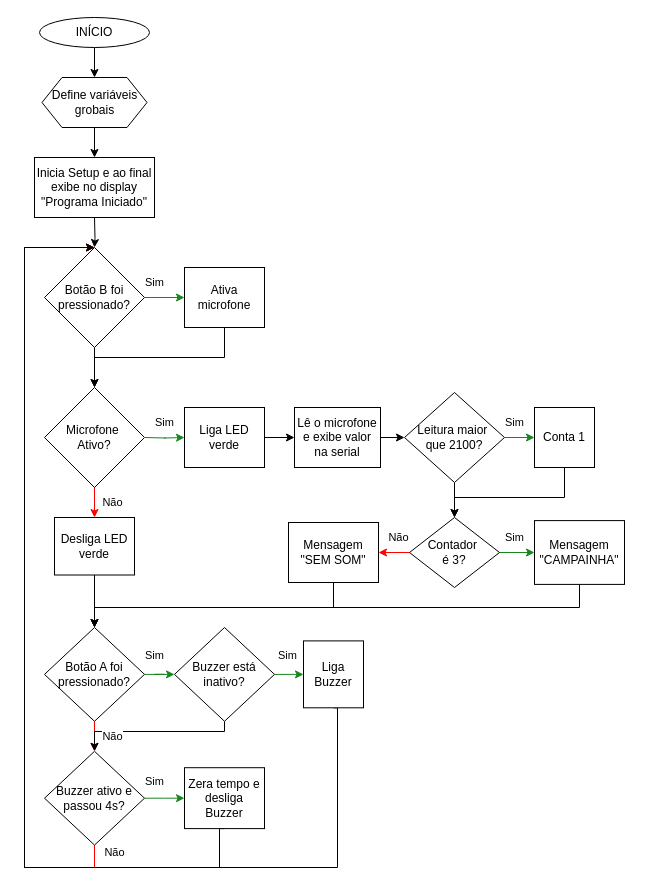
The draw.io diagram Diagrama sem nome.drawio in anaclassen/Irriga_familiar, before the edit. Source tidied: cells renumbered, new cells numbered last; positions are measured from the earlier drawing's top-left corner, leaving out a move shared by most shapes. Both pictures are drawn from the tidied source at 100%, with x=0, y=0 at pixel (24, 17).
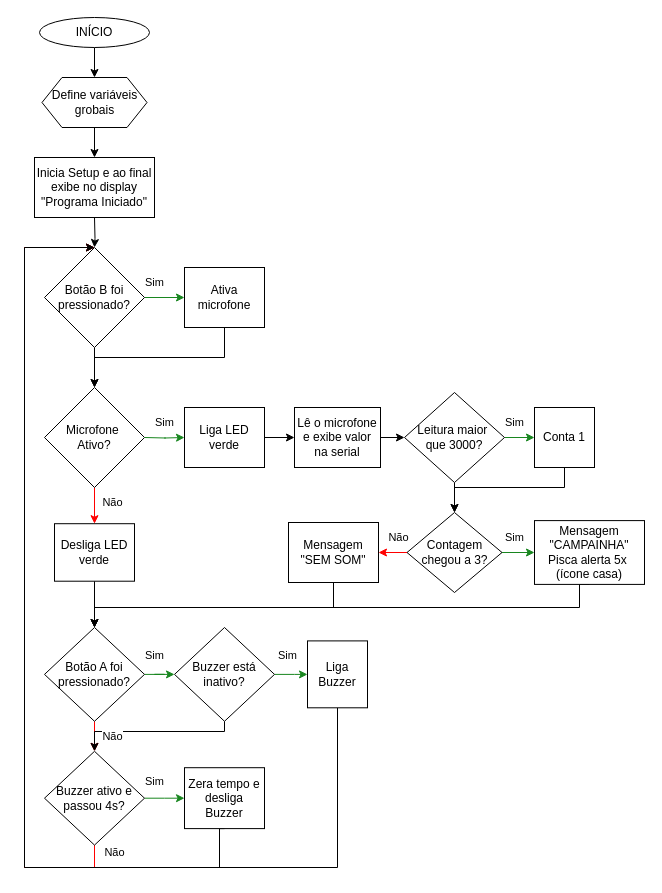
The same page after the edit.

The change refers to these unchanged cells:
```xml
<mxCell id="26" value="Conta 1" style="whiteSpace=wrap;html=1;" parent="1" vertex="1">
  <mxGeometry x="510" y="390" width="60" height="60" as="geometry" />
</mxCell>
```

What changed in the source:
```diff
@@
-    <mxCell id="24" value="Leitura maior&amp;nbsp;&lt;div&gt;que 2100?&lt;/div&gt;" style="rhombus;whiteSpace=wrap;html=1;" parent="1" vertex="1">
+    <mxCell id="24" value="Leitura maior&amp;nbsp;&lt;div&gt;que 3000?&lt;/div&gt;" style="rhombus;whiteSpace=wrap;html=1;" parent="1" vertex="1">
       <mxGeometry x="380" y="375" width="100" height="90" as="geometry" />
     </mxCell>
     <mxCell id="25" style="edgeStyle=orthogonalEdgeStyle;shape=connector;rounded=0;jettySize=auto;html=1;exitX=0.5;exitY=1;exitDx=0;exitDy=0;entryX=0.5;entryY=0;entryDx=0;entryDy=0;strokeColor=default;align=center;verticalAlign=middle;fontFamily=Helvetica;fontSize=11;fontColor=default;labelBackgroundColor=default;endArrow=classic;" parent="1" edge="1" source="26" target="30">
       <mxGeometry relative="1" as="geometry">
         <Array as="points">
-          <mxPoint x="540" y="480" />
-          <mxPoint x="430" y="480" />
+          <mxPoint x="540" y="470" />
+          <mxPoint x="430" y="470" />
         </Array>
       </mxGeometry>
     </mxCell>
@@
-    <mxCell id="30" value="Contador&amp;nbsp;&lt;div&gt;é 3?&lt;/div&gt;" style="rhombus;whiteSpace=wrap;html=1;" parent="1" vertex="1">
-      <mxGeometry x="385" y="500" width="90" height="70" as="geometry" />
+    <mxCell id="30" value="Contagem chegou a&lt;span style=&quot;background-color: transparent; color: light-dark(rgb(0, 0, 0), rgb(255, 255, 255));&quot;&gt;&amp;nbsp;3?&lt;/span&gt;" style="rhombus;whiteSpace=wrap;html=1;" parent="1" vertex="1">
+      <mxGeometry x="382.5" y="495" width="95" height="80" as="geometry" />
     </mxCell>
@@
-    <mxCell id="32" value="Mensagem&lt;div&gt;&lt;span style=&quot;background-color: transparent; color: light-dark(rgb(0, 0, 0), rgb(255, 255, 255));&quot;&gt;&quot;CAMPAINHA&quot;&lt;/span&gt;&lt;/div&gt;" style="whiteSpace=wrap;html=1;" parent="1" vertex="1">
-      <mxGeometry x="510" y="503.1" width="90" height="63.8" as="geometry" />
+    <mxCell id="32" value="Mensagem&lt;div&gt;&lt;span style=&quot;background-color: transparent; color: light-dark(rgb(0, 0, 0), rgb(255, 255, 255));&quot;&gt;&quot;CAMPAINHA&quot;&lt;/span&gt;&lt;/div&gt;&lt;div&gt;&lt;span style=&quot;background-color: transparent; color: light-dark(rgb(0, 0, 0), rgb(255, 255, 255));&quot;&gt;Pisca alerta&amp;nbsp;&lt;/span&gt;&lt;span style=&quot;background-color: transparent; color: light-dark(rgb(0, 0, 0), rgb(255, 255, 255));&quot;&gt;5x&lt;/span&gt;&lt;span style=&quot;background-color: transparent; color: light-dark(rgb(0, 0, 0), rgb(255, 255, 255));&quot;&gt;&amp;nbsp;&lt;/span&gt;&lt;/div&gt;&lt;div&gt;&lt;span style=&quot;background-color: transparent; color: light-dark(rgb(0, 0, 0), rgb(255, 255, 255));&quot;&gt;(ícone casa)&lt;/span&gt;&lt;br&gt;&lt;/div&gt;" style="whiteSpace=wrap;html=1;" parent="1" vertex="1">
+      <mxGeometry x="510" y="503.1" width="110" height="63.8" as="geometry" />
     </mxCell>
@@
     <mxCell id="35" value="Desliga LED verde" style="whiteSpace=wrap;html=1;" parent="1" vertex="1">
-      <mxGeometry x="30" y="500" width="80" height="57.5" as="geometry" />
+      <mxGeometry x="30" y="506.2" width="80" height="57.5" as="geometry" />
     </mxCell>
@@
     <mxCell id="47" value="Liga Buzzer" style="whiteSpace=wrap;html=1;" parent="1" vertex="1">
-      <mxGeometry x="279" y="623.4" width="60" height="66.9" as="geometry" />
+      <mxGeometry x="283" y="623.4" width="60" height="66.9" as="geometry" />
     </mxCell>
```
